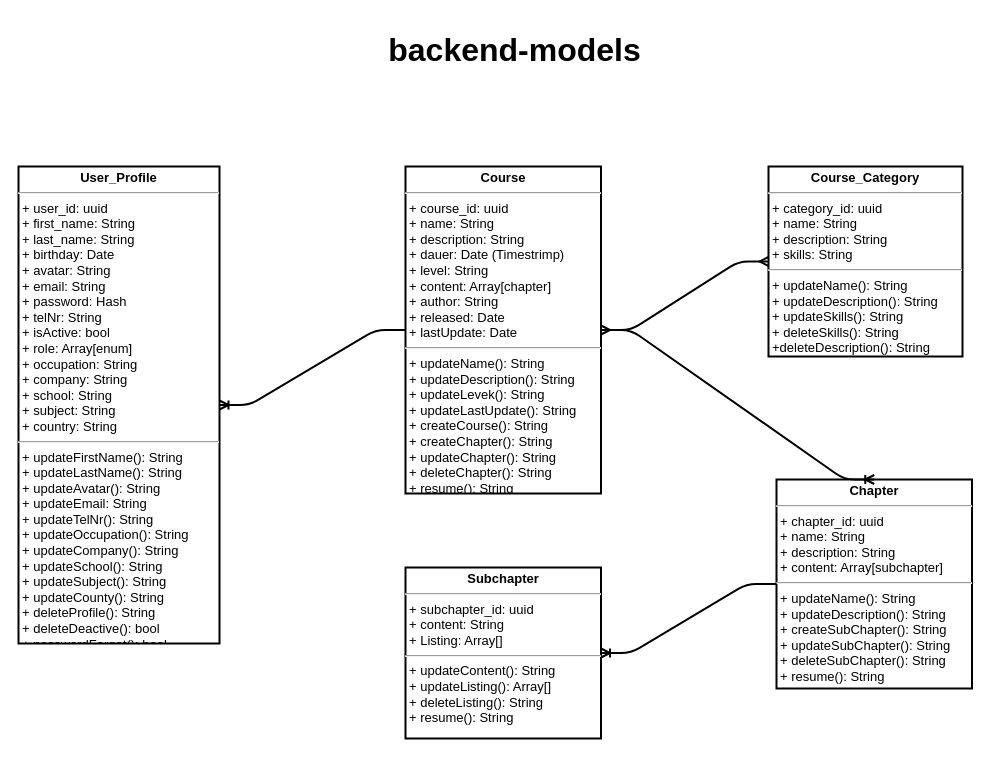
The draw.io diagram backend/design-backend-models/backend-models.drawio in yasin-96/Darshub, before the edit. Source tidied: cells renumbered, new cells numbered last; positions are measured from the earlier drawing's top-left corner, leaving out a move shared by most shapes. Both pictures are drawn from the tidied source at 100%, with x=0, y=0 at pixel (18, 17).
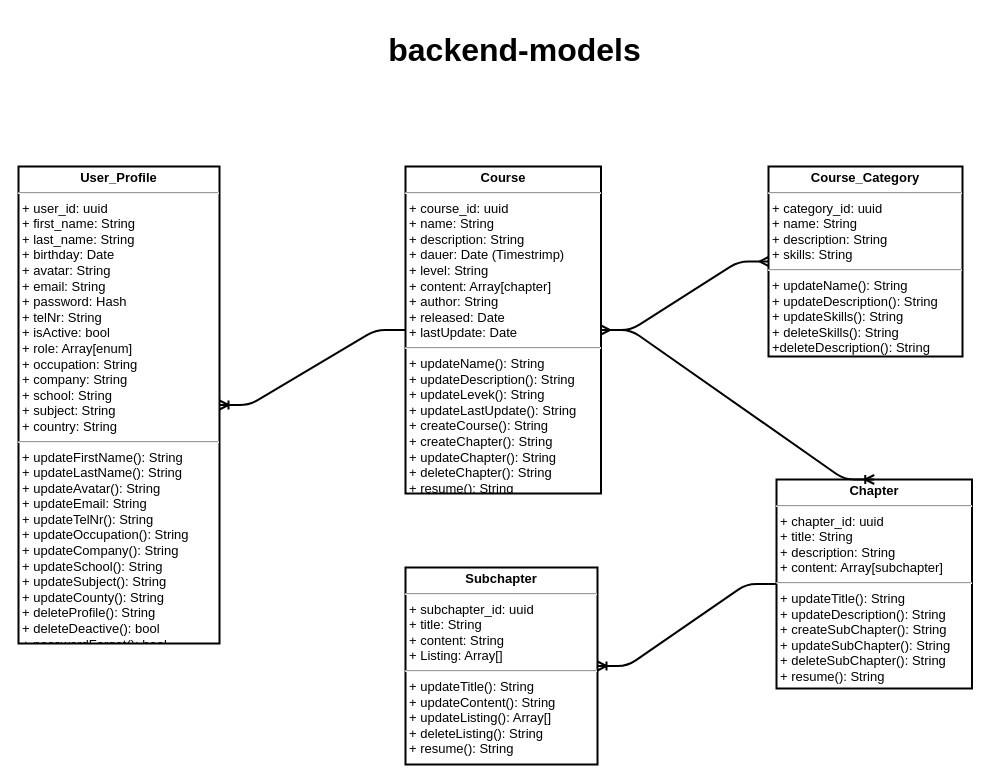
After the change.

Commit message (it also covers changes not shown here):
[backend] change model for better handling

Change to the diagram source:
```diff
@@
 <mxGraphModel>
   <root>
     <mxCell id="0" />
     <mxCell id="1" parent="0" />
     <mxCell id="2" value="&lt;p style=&quot;margin: 4px 0px 0px ; text-align: center ; font-size: 13px&quot;&gt;&lt;span style=&quot;font-size: 13px&quot;&gt;&lt;b&gt;User_Profile&lt;/b&gt;&lt;/span&gt;&lt;/p&gt;&lt;hr style=&quot;font-size: 13px&quot;&gt;&lt;p style=&quot;margin: 0px 0px 0px 4px ; font-size: 13px&quot;&gt;+ user_id: uuid&lt;br style=&quot;font-size: 13px&quot;&gt;+ first_name: String&lt;/p&gt;&lt;p style=&quot;margin: 0px 0px 0px 4px ; font-size: 13px&quot;&gt;+ last_name: String&lt;/p&gt;&lt;p style=&quot;margin: 0px 0px 0px 4px ; font-size: 13px&quot;&gt;&lt;span&gt;+ birthday: Date&lt;/span&gt;&lt;br&gt;&lt;/p&gt;&lt;p style=&quot;margin: 0px 0px 0px 4px ; font-size: 13px&quot;&gt;+ avatar: String&lt;/p&gt;&lt;p style=&quot;margin: 0px 0px 0px 4px ; font-size: 13px&quot;&gt;+ email: String&lt;br&gt;+ password: Hash&lt;/p&gt;&lt;p style=&quot;margin: 0px 0px 0px 4px ; font-size: 13px&quot;&gt;+ telNr: String&lt;br&gt;+ isActive: bool&lt;br&gt;+ role: Array[enum]&lt;/p&gt;&lt;p style=&quot;margin: 0px 0px 0px 4px ; font-size: 13px&quot;&gt;+ occupation: String&lt;/p&gt;&lt;p style=&quot;margin: 0px 0px 0px 4px ; font-size: 13px&quot;&gt;+ company: String&lt;/p&gt;&lt;p style=&quot;margin: 0px 0px 0px 4px ; font-size: 13px&quot;&gt;+ school: String&lt;/p&gt;&lt;p style=&quot;margin: 0px 0px 0px 4px ; font-size: 13px&quot;&gt;+ subject: String&lt;/p&gt;&lt;p style=&quot;margin: 0px 0px 0px 4px ; font-size: 13px&quot;&gt;+ country: String&lt;/p&gt;&lt;hr style=&quot;font-size: 13px&quot;&gt;&lt;p style=&quot;margin: 0px 0px 0px 4px ; font-size: 13px&quot;&gt;&lt;span&gt;+ updateFirstName(): String&lt;/span&gt;&lt;br&gt;&lt;/p&gt;&lt;p style=&quot;margin: 0px 0px 0px 4px ; font-size: 13px&quot;&gt;+ updateLastName(): String&lt;br&gt;+ updateAvatar(): String&lt;br&gt;+ updateEmail: String&lt;br&gt;+ updateTelNr(): String&lt;br&gt;+ updateOccupation(): String&lt;br&gt;+ updateCompany(): String&lt;br&gt;+ updateSchool(): String&lt;br&gt;+ updateSubject(): String&lt;br&gt;+ updateCounty(): String&lt;br&gt;+ deleteProfile(): String&lt;br&gt;+ deleteDeactive(): bool&lt;/p&gt;&lt;p style=&quot;margin: 0px 0px 0px 4px ; font-size: 13px&quot;&gt;+ passwordForgot(): bool&lt;/p&gt;" style="verticalAlign=top;align=left;overflow=fill;fontSize=13;fontFamily=Helvetica;html=1;fontStyle=0;strokeWidth=2;" parent="1" vertex="1">
       <mxGeometry y="149" width="201" height="477" as="geometry" />
     </mxCell>
     <mxCell id="3" value="&lt;p style=&quot;margin: 4px 0px 0px ; text-align: center ; font-size: 13px&quot;&gt;&lt;span style=&quot;font-size: 13px&quot;&gt;&lt;b&gt;Course&lt;/b&gt;&lt;/span&gt;&lt;/p&gt;&lt;hr style=&quot;font-size: 13px&quot;&gt;&lt;p style=&quot;margin: 0px 0px 0px 4px ; font-size: 13px&quot;&gt;+ course_id: uuid&lt;br style=&quot;font-size: 13px&quot;&gt;+ name: String&lt;/p&gt;&lt;p style=&quot;margin: 0px 0px 0px 4px ; font-size: 13px&quot;&gt;+ description: String&lt;/p&gt;&lt;p style=&quot;margin: 0px 0px 0px 4px ; font-size: 13px&quot;&gt;+ dauer: Date (Timestrimp)&lt;/p&gt;&lt;p style=&quot;margin: 0px 0px 0px 4px ; font-size: 13px&quot;&gt;+ level: String&lt;/p&gt;&lt;p style=&quot;margin: 0px 0px 0px 4px ; font-size: 13px&quot;&gt;+ content: Array[chapter]&lt;/p&gt;&lt;p style=&quot;margin: 0px 0px 0px 4px ; font-size: 13px&quot;&gt;+ author: String&lt;/p&gt;&lt;p style=&quot;margin: 0px 0px 0px 4px ; font-size: 13px&quot;&gt;+ released: Date&lt;br&gt;+ lastUpdate: Date&lt;/p&gt;&lt;hr style=&quot;font-size: 13px&quot;&gt;&lt;p style=&quot;margin: 0px 0px 0px 4px&quot;&gt;+ updateName(): String&lt;br&gt;+ updateDescription(): String&lt;br&gt;+ updateLevek(): String&lt;br&gt;+ updateLastUpdate(): String&lt;br&gt;+ createCourse(): String&lt;br&gt;+ createChapter(): String&lt;br&gt;+ updateChapter(): String&lt;br&gt;+ deleteChapter(): String&lt;/p&gt;&lt;p style=&quot;margin: 0px 0px 0px 4px&quot;&gt;+ resume(): String&lt;/p&gt;" style="verticalAlign=top;align=left;overflow=fill;fontSize=13;fontFamily=Helvetica;html=1;fontStyle=0;strokeWidth=2;" parent="1" vertex="1">
       <mxGeometry x="387" y="149" width="195.5" height="327" as="geometry" />
     </mxCell>
     <mxCell id="4" value="&lt;p style=&quot;margin: 4px 0px 0px ; text-align: center ; font-size: 13px&quot;&gt;&lt;span style=&quot;font-size: 13px&quot;&gt;&lt;b&gt;Course_Category&lt;/b&gt;&lt;/span&gt;&lt;/p&gt;&lt;hr style=&quot;font-size: 13px&quot;&gt;&lt;p style=&quot;margin: 0px 0px 0px 4px ; font-size: 13px&quot;&gt;+ category_id: uuid&lt;br style=&quot;font-size: 13px&quot;&gt;+ name: String&lt;/p&gt;&lt;p style=&quot;margin: 0px 0px 0px 4px ; font-size: 13px&quot;&gt;+ description: String&lt;/p&gt;&lt;p style=&quot;margin: 0px 0px 0px 4px ; font-size: 13px&quot;&gt;+ skills: String&lt;/p&gt;&lt;hr style=&quot;font-size: 13px&quot;&gt;&lt;p style=&quot;margin: 0px 0px 0px 4px ; font-size: 13px&quot;&gt;+ updateName(): String&lt;br&gt;+ updateDescription(): String&lt;br&gt;+ updateSkills(): String&lt;br&gt;+ deleteSkills(): String&lt;br&gt;+deleteDescription(): String&lt;/p&gt;" style="verticalAlign=top;align=left;overflow=fill;fontSize=13;fontFamily=Helvetica;html=1;fontStyle=0;strokeWidth=2;" parent="1" vertex="1">
       <mxGeometry x="750" y="149" width="194" height="190" as="geometry" />
     </mxCell>
     <mxCell id="5" style="edgeStyle=entityRelationEdgeStyle;fontSize=12;html=1;endArrow=ERmany;startArrow=ERmany;entryX=0;entryY=0.5;entryDx=0;entryDy=0;exitX=1;exitY=0.5;exitDx=0;exitDy=0;strokeWidth=2;" parent="1" edge="1" source="3" target="4">
       <mxGeometry relative="1" as="geometry" />
     </mxCell>
     <mxCell id="6" value="backend-models" style="text;html=1;strokeColor=none;fillColor=none;align=center;verticalAlign=middle;whiteSpace=wrap;rounded=0;fontStyle=1;fontSize=32;" parent="1" vertex="1">
       <mxGeometry x="320" width="353" height="65" as="geometry" />
     </mxCell>
     <mxCell id="7" style="edgeStyle=entityRelationEdgeStyle;fontSize=12;html=1;endArrow=ERoneToMany;entryX=1;entryY=0.5;entryDx=0;entryDy=0;exitX=0;exitY=0.5;exitDx=0;exitDy=0;strokeWidth=2;" parent="1" edge="1" source="3" target="2">
       <mxGeometry relative="1" as="geometry" />
     </mxCell>
-    <mxCell id="8" value="&lt;p style=&quot;margin: 4px 0px 0px ; text-align: center ; font-size: 13px&quot;&gt;&lt;b&gt;Chapter&lt;/b&gt;&lt;/p&gt;&lt;hr style=&quot;font-size: 13px&quot;&gt;&lt;p style=&quot;margin: 0px 0px 0px 4px ; font-size: 13px&quot;&gt;+ chapter_id: uuid&lt;br&gt;+ name: String&lt;br&gt;+ description: String&lt;br&gt;+ content: Array[subchapter]&lt;br&gt;&lt;/p&gt;&lt;hr style=&quot;font-size: 13px&quot;&gt;&lt;p style=&quot;margin: 0px 0px 0px 4px ; font-size: 13px&quot;&gt;+ updateName(): String&lt;br&gt;+ updateDescription(): String&lt;br&gt;+ createSubChapter(): String&lt;br&gt;+ updateSubChapter(): String&lt;br&gt;+ deleteSubChapter(): String&lt;/p&gt;&lt;p style=&quot;margin: 0px 0px 0px 4px ; font-size: 13px&quot;&gt;+ resume(): String&lt;/p&gt;" style="verticalAlign=top;align=left;overflow=fill;fontSize=13;fontFamily=Helvetica;html=1;fontStyle=0;strokeWidth=2;" parent="1" vertex="1">
+    <mxCell id="8" value="&lt;p style=&quot;margin: 4px 0px 0px ; text-align: center ; font-size: 13px&quot;&gt;&lt;b&gt;Chapter&lt;/b&gt;&lt;/p&gt;&lt;hr style=&quot;font-size: 13px&quot;&gt;&lt;p style=&quot;margin: 0px 0px 0px 4px ; font-size: 13px&quot;&gt;+ chapter_id: uuid&lt;br&gt;+ title: String&lt;br&gt;+ description: String&lt;br&gt;+ content: Array[subchapter]&lt;br&gt;&lt;/p&gt;&lt;hr style=&quot;font-size: 13px&quot;&gt;&lt;p style=&quot;margin: 0px 0px 0px 4px ; font-size: 13px&quot;&gt;+ updateTitle(): String&lt;br&gt;+ updateDescription(): String&lt;br&gt;+ createSubChapter(): String&lt;br&gt;+ updateSubChapter(): String&lt;br&gt;+ deleteSubChapter(): String&lt;/p&gt;&lt;p style=&quot;margin: 0px 0px 0px 4px ; font-size: 13px&quot;&gt;+ resume(): String&lt;/p&gt;" style="verticalAlign=top;align=left;overflow=fill;fontSize=13;fontFamily=Helvetica;html=1;fontStyle=0;strokeWidth=2;" parent="1" vertex="1">
       <mxGeometry x="758" y="462" width="195.5" height="209" as="geometry" />
     </mxCell>
-    <mxCell id="9" value="&lt;p style=&quot;margin: 4px 0px 0px ; text-align: center ; font-size: 13px&quot;&gt;&lt;b&gt;Subchapter&lt;/b&gt;&lt;/p&gt;&lt;hr style=&quot;font-size: 13px&quot;&gt;&lt;p style=&quot;margin: 0px 0px 0px 4px ; font-size: 13px&quot;&gt;+ subchapter_id: uuid&lt;br&gt;+ content: String&lt;br&gt;+ Listing: Array[]&lt;/p&gt;&lt;hr style=&quot;font-size: 13px&quot;&gt;&lt;p style=&quot;margin: 0px 0px 0px 4px&quot;&gt;+ updateContent(): String&lt;br&gt;+ updateListing(): Array[]&lt;br&gt;+ deleteListing(): String&lt;/p&gt;&lt;p style=&quot;margin: 0px 0px 0px 4px&quot;&gt;+ resume(): String&lt;/p&gt;" style="verticalAlign=top;align=left;overflow=fill;fontSize=13;fontFamily=Helvetica;html=1;fontStyle=0;strokeWidth=2;" parent="1" vertex="1">
-      <mxGeometry x="387" y="550" width="195.5" height="171" as="geometry" />
+    <mxCell id="9" value="&lt;p style=&quot;margin: 4px 0px 0px ; text-align: center ; font-size: 13px&quot;&gt;&lt;b&gt;Subchapter&lt;/b&gt;&lt;/p&gt;&lt;hr style=&quot;font-size: 13px&quot;&gt;&lt;p style=&quot;margin: 0px 0px 0px 4px ; font-size: 13px&quot;&gt;+ subchapter_id: uuid&lt;/p&gt;&lt;p style=&quot;margin: 0px 0px 0px 4px ; font-size: 13px&quot;&gt;+ title: String&lt;br&gt;+ content: String&lt;br&gt;+ Listing: Array[]&lt;/p&gt;&lt;hr style=&quot;font-size: 13px&quot;&gt;&lt;p style=&quot;margin: 0px 0px 0px 4px&quot;&gt;+ updateTitle(): String&lt;br&gt;&lt;/p&gt;&lt;p style=&quot;margin: 0px 0px 0px 4px&quot;&gt;+ updateContent(): String&lt;br&gt;+ updateListing(): Array[]&lt;br&gt;+ deleteListing(): String&lt;/p&gt;&lt;p style=&quot;margin: 0px 0px 0px 4px&quot;&gt;+ resume(): String&lt;/p&gt;" style="verticalAlign=top;align=left;overflow=fill;fontSize=13;fontFamily=Helvetica;html=1;fontStyle=0;strokeWidth=2;" parent="1" vertex="1">
+      <mxGeometry x="387" y="550" width="192" height="197" as="geometry" />
     </mxCell>
     <mxCell id="10" style="edgeStyle=entityRelationEdgeStyle;fontSize=12;html=1;endArrow=ERoneToMany;entryX=1;entryY=0.5;entryDx=0;entryDy=0;exitX=0;exitY=0.5;exitDx=0;exitDy=0;strokeWidth=2;" parent="1" edge="1" source="8" target="9">
       <mxGeometry relative="1" as="geometry" />
     </mxCell>
     <mxCell id="11" style="edgeStyle=entityRelationEdgeStyle;fontSize=12;html=1;endArrow=ERoneToMany;entryX=0.5;entryY=0;entryDx=0;entryDy=0;strokeWidth=2;" parent="1" edge="1" source="3" target="8">
       <mxGeometry relative="1" as="geometry" />
     </mxCell>
   </root>
 </mxGraphModel>
```
